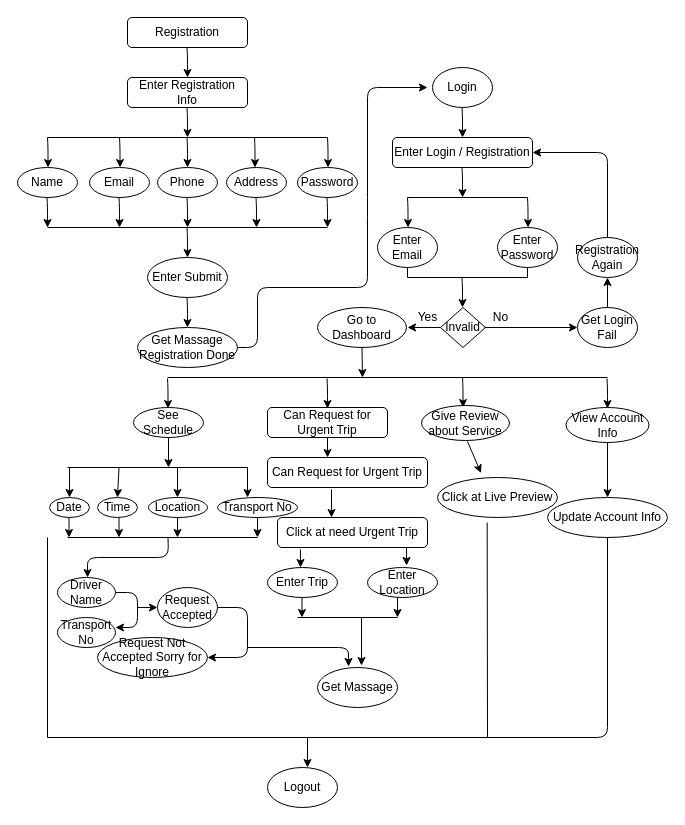
SHIMAISRAFIL/Transport-Schedule keeps this draw.io diagram as database/Activity Diagram for Employee.drawio. Above is the earlier version. Source tidied: cells renumbered, new cells numbered last; positions are measured from the earlier drawing's top-left corner, leaving out a move shared by most shapes. Both pictures are drawn from the tidied source at 100%, with x=0, y=0 at pixel (17, 17).
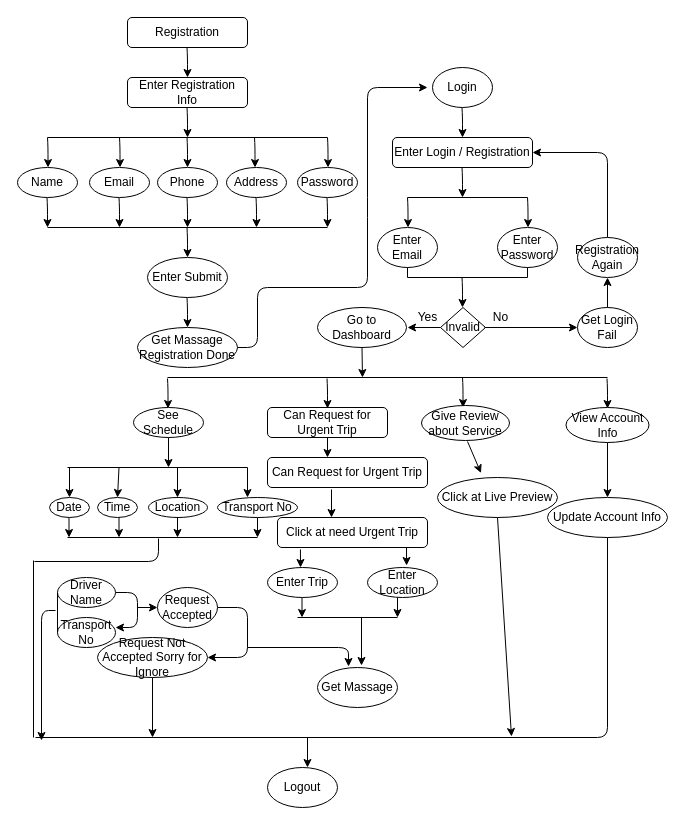
Above is the later version.

Unchanged cells that the change refers to:
```xml
<mxCell id="77" value="Driver Name" style="ellipse;whiteSpace=wrap;html=1;" parent="1" vertex="1">
  <mxGeometry x="40" y="560" width="58" height="30" as="geometry" />
</mxCell>
<mxCell id="79" value="Transport No" style="ellipse;whiteSpace=wrap;html=1;" parent="1" vertex="1">
  <mxGeometry x="40" y="600" width="58" height="30" as="geometry" />
</mxCell>
<mxCell id="83" value="Request Not Accepted Sorry for Ignore" style="ellipse;whiteSpace=wrap;html=1;" parent="1" vertex="1">
  <mxGeometry x="80" y="620" width="110" height="40" as="geometry" />
</mxCell>
<mxCell id="99" value="Click at Live Preview" style="ellipse;whiteSpace=wrap;html=1;" parent="1" vertex="1">
  <mxGeometry x="420" y="460" width="120" height="40" as="geometry" />
</mxCell>
<mxCell id="101" value="Update Account Info" style="ellipse;whiteSpace=wrap;html=1;" parent="1" vertex="1">
  <mxGeometry x="530" y="480" width="120" height="40" as="geometry" />
</mxCell>
```

Change to the diagram source:
```diff
@@
-    <mxCell id="76" style="endArrow=classic;html=1;exitX=0.5;exitY=1;exitDx=0;exitDy=0;" parent="1" edge="1">
-      <mxGeometry relative="1" as="geometry">
-        <mxPoint x="150.5" y="520" as="sourcePoint" />
-        <mxPoint x="70" y="560" as="targetPoint" />
-        <Array as="points">
-          <mxPoint x="151" y="540" />
-          <mxPoint x="70" y="540" />
-        </Array>
-      </mxGeometry>
-    </mxCell>
@@
     <mxCell id="102" style="endArrow=none;html=1;entryX=0.5;entryY=1;entryDx=0;entryDy=0;" parent="1" edge="1" target="101">
       <mxGeometry relative="1" as="geometry">
-        <mxPoint x="30" y="720" as="sourcePoint" />
+        <mxPoint x="18" y="720" as="sourcePoint" />
         <Array as="points">
           <mxPoint x="590" y="720" />
         </Array>
       </mxGeometry>
     </mxCell>
-    <mxCell id="103" style="endArrow=none;html=1;entryX=0.414;entryY=1.125;entryDx=0;entryDy=0;entryPerimeter=0;" parent="1" edge="1" target="99">
-      <mxGeometry relative="1" as="geometry">
-        <mxPoint x="470" y="720" as="sourcePoint" />
-      </mxGeometry>
-    </mxCell>
     <mxCell id="104" style="endArrow=none;html=1;" parent="1" edge="1">
       <mxGeometry relative="1" as="geometry">
-        <mxPoint x="30" y="720" as="sourcePoint" />
-        <mxPoint x="30" y="520" as="targetPoint" />
+        <mxPoint x="16" y="720" as="sourcePoint" />
+        <mxPoint x="16" y="543" as="targetPoint" />
       </mxGeometry>
     </mxCell>
@@
+    <mxCell id="107" style="endArrow=none;html=1;" parent="1" edge="1">
+      <mxGeometry relative="1" as="geometry">
+        <mxPoint x="17" y="544" as="sourcePoint" />
+        <mxPoint x="141" y="521" as="targetPoint" />
+        <Array as="points">
+          <mxPoint x="141" y="544" />
+        </Array>
+      </mxGeometry>
+    </mxCell>
+    <mxCell id="108" style="endArrow=classic;html=1;exitX=0.5;exitY=1;exitDx=0;exitDy=0;" parent="1" edge="1" source="83">
+      <mxGeometry relative="1" as="geometry">
+        <mxPoint x="135" y="720" as="targetPoint" />
+      </mxGeometry>
+    </mxCell>
+    <mxCell id="109" style="endArrow=none;html=1;exitX=0;exitY=0.5;exitDx=0;exitDy=0;entryX=0;entryY=0.5;entryDx=0;entryDy=0;" parent="1" edge="1" source="77" target="79">
+      <mxGeometry relative="1" as="geometry" />
+    </mxCell>
+    <mxCell id="110" style="endArrow=classic;html=1;" parent="1" edge="1">
+      <mxGeometry relative="1" as="geometry">
+        <mxPoint x="38" y="593" as="sourcePoint" />
+        <mxPoint x="24" y="723" as="targetPoint" />
+        <Array as="points">
+          <mxPoint x="24" y="593" />
+        </Array>
+      </mxGeometry>
+    </mxCell>
+    <mxCell id="111" style="endArrow=classic;html=1;exitX=0.5;exitY=1;exitDx=0;exitDy=0;" parent="1" edge="1" source="99">
+      <mxGeometry relative="1" as="geometry">
+        <mxPoint x="494" y="719" as="targetPoint" />
+      </mxGeometry>
+    </mxCell>
```
